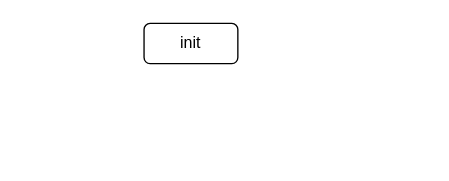
Rockergmail/draw.io keeps this draw.io diagram as frontend/sentry-js.drawio. Above is the earlier version. Source tidied: cells renumbered, new cells numbered last; positions are measured from the earlier drawing's top-left corner, leaving out a move shared by most shapes. Both pictures are drawn from the tidied source at 134%, with x=0, y=0 at pixel (143, 23).
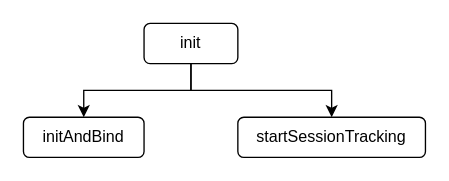
The same diagram, later.

The edit, as a diff of the source:
```diff
@@
 <mxGraphModel>
   <root>
     <mxCell id="0" />
     <mxCell id="1" parent="0" />
+    <mxCell id="3" style="edgeStyle=orthogonalEdgeStyle;rounded=0;jettySize=auto;html=1;exitX=0.5;exitY=1;exitDx=0;exitDy=0;entryX=0.5;entryY=0;entryDx=0;entryDy=0;" parent="1" edge="1" source="2" target="5">
+      <mxGeometry relative="1" as="geometry" />
+    </mxCell>
+    <mxCell id="4" style="edgeStyle=orthogonalEdgeStyle;rounded=0;jettySize=auto;html=1;exitX=0.5;exitY=1;exitDx=0;exitDy=0;entryX=0.5;entryY=0;entryDx=0;entryDy=0;" parent="1" edge="1" source="2" target="6">
+      <mxGeometry relative="1" as="geometry" />
+    </mxCell>
     <mxCell id="2" value="init" style="rounded=1;whiteSpace=wrap;html=1;" parent="1" vertex="1">
       <mxGeometry width="70" height="30" as="geometry" />
     </mxCell>
+    <mxCell id="5" value="initAndBind" style="rounded=1;whiteSpace=wrap;html=1;" parent="1" vertex="1">
+      <mxGeometry x="-90" y="70" width="90" height="30" as="geometry" />
+    </mxCell>
+    <mxCell id="6" value="startSessionTracking" style="rounded=1;whiteSpace=wrap;html=1;" parent="1" vertex="1">
+      <mxGeometry x="70" y="70" width="140" height="30" as="geometry" />
+    </mxCell>
   </root>
 </mxGraphModel>
```
